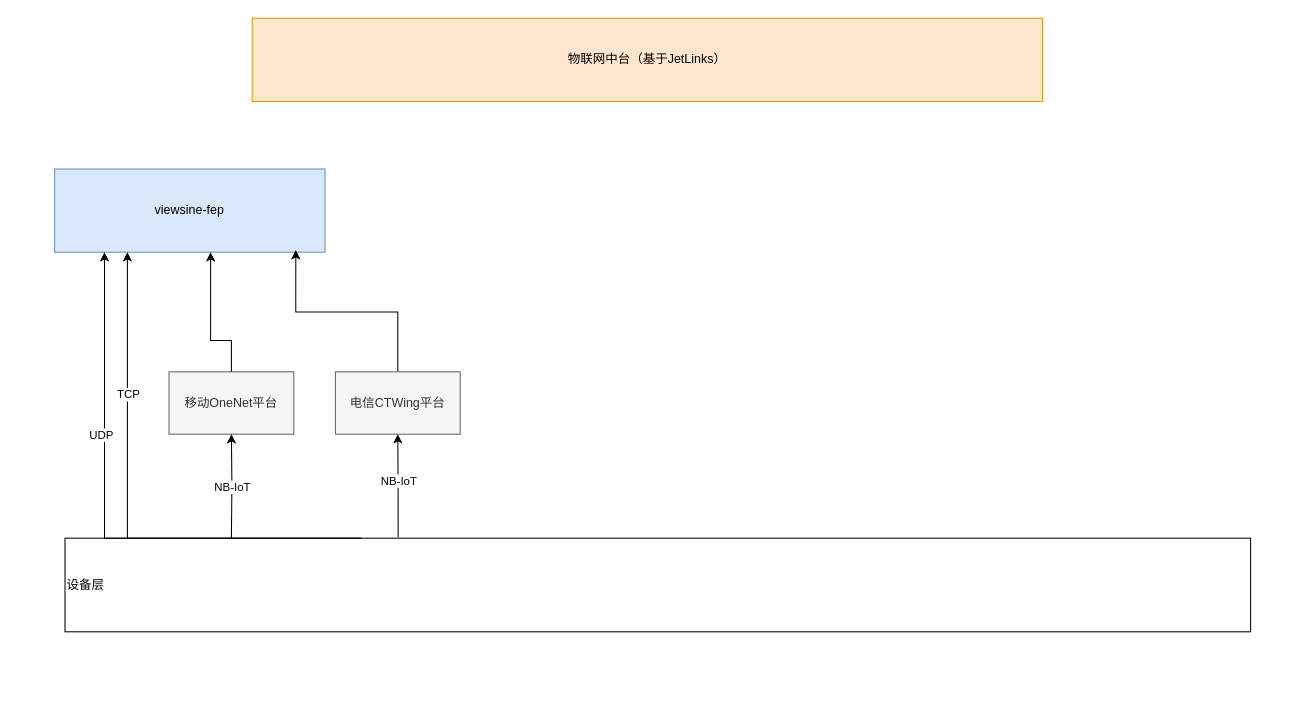
Above: D20241127001.drawio in NickZhang1024/drawio-res (draw.io), before the change. Source tidied: cells renumbered, new cells numbered last; positions are measured from the earlier drawing's top-left corner, leaving out a move shared by most shapes. Both pictures are drawn from the tidied source at 104%, with x=0, y=0 at pixel (54, 18).
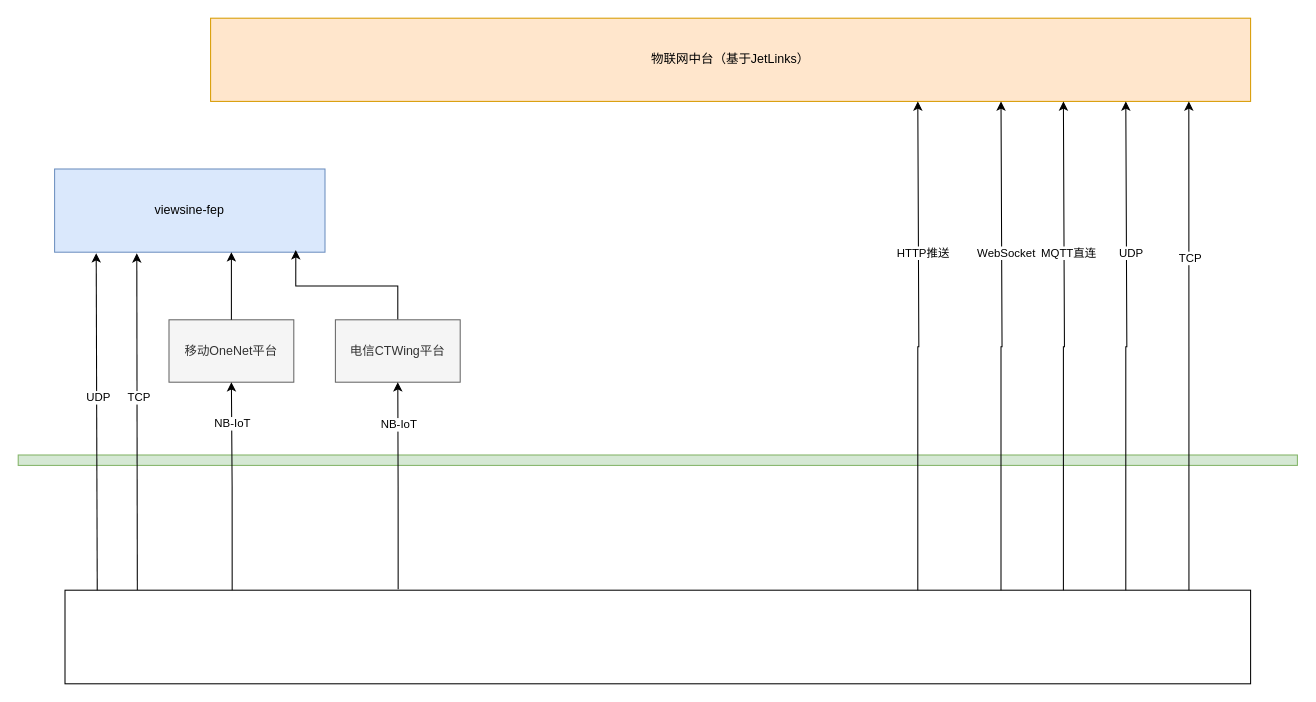
Above is the later version.

The change refers to these unchanged cells:
```xml
<mxCell id="2" value="viewsine-fep" style="rounded=0;whiteSpace=wrap;html=1;fillColor=#dae8fc;strokeColor=#6c8ebf;" parent="1" vertex="1">
  <mxGeometry y="145" width="260" height="80" as="geometry" />
</mxCell>
<mxCell id="6" style="edgeStyle=orthogonalEdgeStyle;rounded=0;jettySize=auto;html=1;entryX=0.5;entryY=1;entryDx=0;entryDy=0;exitX=0.281;exitY=-0.011;exitDx=0;exitDy=0;exitPerimeter=0;" parent="1" edge="1" source="12" target="4">
  <mxGeometry relative="1" as="geometry" />
</mxCell>
```

Change to the diagram source:
```diff
@@
+    <mxCell id="18" style="rounded=0;whiteSpace=wrap;html=1;fillColor=#d5e8d4;strokeColor=#82b366;" parent="1" vertex="1">
+      <mxGeometry x="-35" y="420" width="1230" height="10" as="geometry" />
+    </mxCell>
@@
     <mxCell id="4" value="电信CTWing平台" style="rounded=0;whiteSpace=wrap;html=1;fillColor=#f5f5f5;fontColor=#333333;strokeColor=#666666;" parent="1" vertex="1">
-      <mxGeometry x="270" y="340" width="120" height="60" as="geometry" />
+      <mxGeometry x="270" y="290" width="120" height="60" as="geometry" />
     </mxCell>
     <mxCell id="5" value="移动OneNet平台" style="rounded=0;whiteSpace=wrap;html=1;fillColor=#f5f5f5;fontColor=#333333;strokeColor=#666666;" parent="1" vertex="1">
-      <mxGeometry x="110" y="340" width="120" height="60" as="geometry" />
+      <mxGeometry x="110" y="290" width="120" height="60" as="geometry" />
     </mxCell>
@@
     <mxCell id="7" value="NB-IoT" style="edgeLabel;html=1;align=center;verticalAlign=middle;" parent="6" vertex="1">
       <mxGeometry x="0.17" y="-1" relative="1" as="geometry">
-        <mxPoint x="-1" y="3" as="offset" />
+        <mxPoint x="-1" y="-42" as="offset" />
       </mxGeometry>
     </mxCell>
-    <mxCell id="8" style="edgeStyle=orthogonalEdgeStyle;rounded=0;jettySize=auto;html=1;entryX=0.5;entryY=1;entryDx=0;entryDy=0;" parent="1" edge="1" target="5">
-      <mxGeometry relative="1" as="geometry">
-        <mxPoint x="170" y="500" as="sourcePoint" />
-      </mxGeometry>
+    <mxCell id="8" style="edgeStyle=orthogonalEdgeStyle;rounded=0;jettySize=auto;html=1;entryX=0.5;entryY=1;entryDx=0;entryDy=0;exitX=0.141;exitY=0.011;exitDx=0;exitDy=0;exitPerimeter=0;" parent="1" edge="1" source="12" target="5">
+      <mxGeometry relative="1" as="geometry" />
     </mxCell>
     <mxCell id="9" value="NB-IoT" style="edgeLabel;html=1;align=center;verticalAlign=middle;" parent="8" vertex="1">
       <mxGeometry x="0.29" y="-2" relative="1" as="geometry">
-        <mxPoint x="-2" y="15" as="offset" />
+        <mxPoint x="-2" y="-32" as="offset" />
       </mxGeometry>
     </mxCell>
-    <mxCell id="10" style="edgeStyle=orthogonalEdgeStyle;rounded=0;jettySize=auto;html=1;exitX=0.25;exitY=0;exitDx=0;exitDy=0;" parent="1" edge="1" source="12" target="2">
-      <mxGeometry relative="1" as="geometry">
-        <Array as="points">
-          <mxPoint x="70" y="500" />
-        </Array>
-      </mxGeometry>
-    </mxCell>
-    <mxCell id="11" value="TCP" style="edgeLabel;html=1;align=center;verticalAlign=middle;" parent="10" vertex="1">
-      <mxGeometry x="0.09" y="1" relative="1" as="geometry">
-        <mxPoint x="1" y="-91" as="offset" />
-      </mxGeometry>
-    </mxCell>
-    <mxCell id="12" value="&lt;div style=&quot;direction: rtl;&quot;&gt;&lt;span style=&quot;background-color: initial;&quot;&gt;设备层&lt;/span&gt;&lt;/div&gt;" style="rounded=0;whiteSpace=wrap;html=1;align=left;" parent="1" vertex="1">
-      <mxGeometry x="10" y="500" width="1140" height="90" as="geometry" />
-    </mxCell>
-    <mxCell id="13" style="edgeStyle=orthogonalEdgeStyle;rounded=0;jettySize=auto;html=1;exitX=0.25;exitY=0;exitDx=0;exitDy=0;" parent="1" edge="1" source="12" target="2">
-      <mxGeometry relative="1" as="geometry">
-        <Array as="points">
-          <mxPoint x="48" y="500" />
-        </Array>
-      </mxGeometry>
-    </mxCell>
-    <mxCell id="14" value="UDP" style="edgeLabel;html=1;align=center;verticalAlign=middle;" parent="13" vertex="1">
-      <mxGeometry x="-0.21" y="2" relative="1" as="geometry">
-        <mxPoint x="-45" y="-102" as="offset" />
-      </mxGeometry>
-    </mxCell>
@@
     <mxCell id="17" value="物联网中台（基于JetLinks）" style="rounded=0;whiteSpace=wrap;html=1;fillColor=#ffe6cc;strokeColor=#d79b00;" parent="1" vertex="1">
-      <mxGeometry x="190" width="760" height="80" as="geometry" />
+      <mxGeometry x="150" width="1000" height="80" as="geometry" />
     </mxCell>
+    <mxCell id="19" style="endArrow=classic;html=1;rounded=0;entryX=0.304;entryY=1.013;entryDx=0;entryDy=0;entryPerimeter=0;exitX=0.061;exitY=0;exitDx=0;exitDy=0;exitPerimeter=0;" parent="1" edge="1" source="12" target="2">
+      <mxGeometry relative="1" as="geometry" />
+    </mxCell>
+    <mxCell id="20" value="TCP" style="edgeLabel;html=1;align=center;verticalAlign=middle;" parent="19" vertex="1">
+      <mxGeometry x="0.14" y="-1" relative="1" as="geometry" />
+    </mxCell>
+    <mxCell id="12" value="&lt;div style=&quot;direction: rtl;&quot;&gt;&lt;br&gt;&lt;/div&gt;" style="rounded=0;whiteSpace=wrap;html=1;align=left;" parent="1" vertex="1">
+      <mxGeometry x="10" y="550" width="1140" height="90" as="geometry" />
+    </mxCell>
+    <mxCell id="21" style="endArrow=classic;html=1;rounded=0;entryX=0.304;entryY=1.013;entryDx=0;entryDy=0;entryPerimeter=0;exitX=0.061;exitY=0;exitDx=0;exitDy=0;exitPerimeter=0;" parent="1" edge="1">
+      <mxGeometry relative="1" as="geometry">
+        <mxPoint x="41" y="550" as="sourcePoint" />
+        <mxPoint x="40" y="226" as="targetPoint" />
+      </mxGeometry>
+    </mxCell>
+    <mxCell id="22" value="UDP" style="edgeLabel;html=1;align=center;verticalAlign=middle;" parent="21" vertex="1">
+      <mxGeometry x="0.14" y="-1" relative="1" as="geometry" />
+    </mxCell>
+    <mxCell id="23" style="edgeStyle=orthogonalEdgeStyle;rounded=0;jettySize=auto;html=1;entryX=0.472;entryY=1.038;entryDx=0;entryDy=0;entryPerimeter=0;exitX=0.948;exitY=0;exitDx=0;exitDy=0;exitPerimeter=0;" parent="1" edge="1" source="12">
+      <mxGeometry relative="1" as="geometry">
+        <mxPoint x="1090.6" y="80" as="targetPoint" />
+      </mxGeometry>
+    </mxCell>
+    <mxCell id="24" value="TCP" style="edgeLabel;html=1;align=center;verticalAlign=middle;" parent="23" vertex="1">
+      <mxGeometry x="0.36" y="-1" relative="1" as="geometry" />
+    </mxCell>
+    <mxCell id="25" style="edgeStyle=orthogonalEdgeStyle;rounded=0;orthogonalLoop=1;jettySize=auto;html=1;entryX=0.474;entryY=1.013;entryDx=0;entryDy=0;entryPerimeter=0;" parent="1" edge="1">
+      <mxGeometry relative="1" as="geometry">
+        <mxPoint x="1030" y="550" as="sourcePoint" />
+        <mxPoint x="1030" y="80" as="targetPoint" />
+        <Array as="points">
+          <mxPoint x="1030" y="316" />
+          <mxPoint x="1031" y="316" />
+        </Array>
+      </mxGeometry>
+    </mxCell>
+    <mxCell id="26" value="UDP" style="edgeLabel;html=1;align=center;verticalAlign=middle;" parent="25" vertex="1">
+      <mxGeometry x="0.15" y="-4" relative="1" as="geometry">
+        <mxPoint y="-54" as="offset" />
+      </mxGeometry>
+    </mxCell>
+    <mxCell id="27" style="edgeStyle=orthogonalEdgeStyle;rounded=0;orthogonalLoop=1;jettySize=auto;html=1;entryX=0.474;entryY=1.013;entryDx=0;entryDy=0;entryPerimeter=0;" parent="1" edge="1">
+      <mxGeometry relative="1" as="geometry">
+        <mxPoint x="970" y="550" as="sourcePoint" />
+        <mxPoint x="970" y="80" as="targetPoint" />
+        <Array as="points">
+          <mxPoint x="970" y="316" />
+          <mxPoint x="971" y="316" />
+        </Array>
+      </mxGeometry>
+    </mxCell>
+    <mxCell id="28" value="MQTT直连" style="edgeLabel;html=1;align=center;verticalAlign=middle;" parent="27" vertex="1">
+      <mxGeometry x="0.15" y="-4" relative="1" as="geometry">
+        <mxPoint y="-54" as="offset" />
+      </mxGeometry>
+    </mxCell>
+    <mxCell id="29" style="edgeStyle=orthogonalEdgeStyle;rounded=0;orthogonalLoop=1;jettySize=auto;html=1;entryX=0.474;entryY=1.013;entryDx=0;entryDy=0;entryPerimeter=0;" parent="1" edge="1">
+      <mxGeometry relative="1" as="geometry">
+        <mxPoint x="910" y="550" as="sourcePoint" />
+        <mxPoint x="910" y="80" as="targetPoint" />
+        <Array as="points">
+          <mxPoint x="910" y="316" />
+          <mxPoint x="911" y="316" />
+        </Array>
+      </mxGeometry>
+    </mxCell>
+    <mxCell id="30" value="WebSocket" style="edgeLabel;html=1;align=center;verticalAlign=middle;" parent="29" vertex="1">
+      <mxGeometry x="0.15" y="-4" relative="1" as="geometry">
+        <mxPoint y="-54" as="offset" />
+      </mxGeometry>
+    </mxCell>
+    <mxCell id="31" style="edgeStyle=orthogonalEdgeStyle;rounded=0;orthogonalLoop=1;jettySize=auto;html=1;entryX=0.474;entryY=1.013;entryDx=0;entryDy=0;entryPerimeter=0;" parent="1" edge="1">
+      <mxGeometry relative="1" as="geometry">
+        <mxPoint x="830" y="550" as="sourcePoint" />
+        <mxPoint x="830" y="80" as="targetPoint" />
+        <Array as="points">
+          <mxPoint x="830" y="316" />
+          <mxPoint x="831" y="316" />
+        </Array>
+      </mxGeometry>
+    </mxCell>
+    <mxCell id="32" value="HTTP推送" style="edgeLabel;html=1;align=center;verticalAlign=middle;" parent="31" vertex="1">
+      <mxGeometry x="0.15" y="-4" relative="1" as="geometry">
+        <mxPoint y="-54" as="offset" />
+      </mxGeometry>
+    </mxCell>
```
